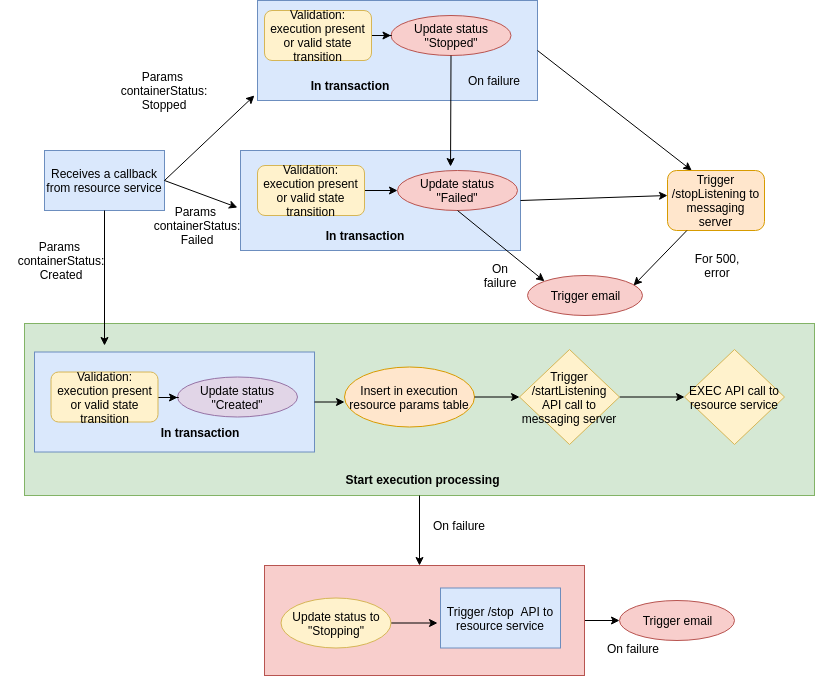
Earlier version of the draw.io export start_from_resource_service.png (prodipta/blueshift-resouce). Source tidied: cells renumbered, new cells last; positions are measured from the earlier drawing's top-left corner, leaving out a move shared by most shapes.
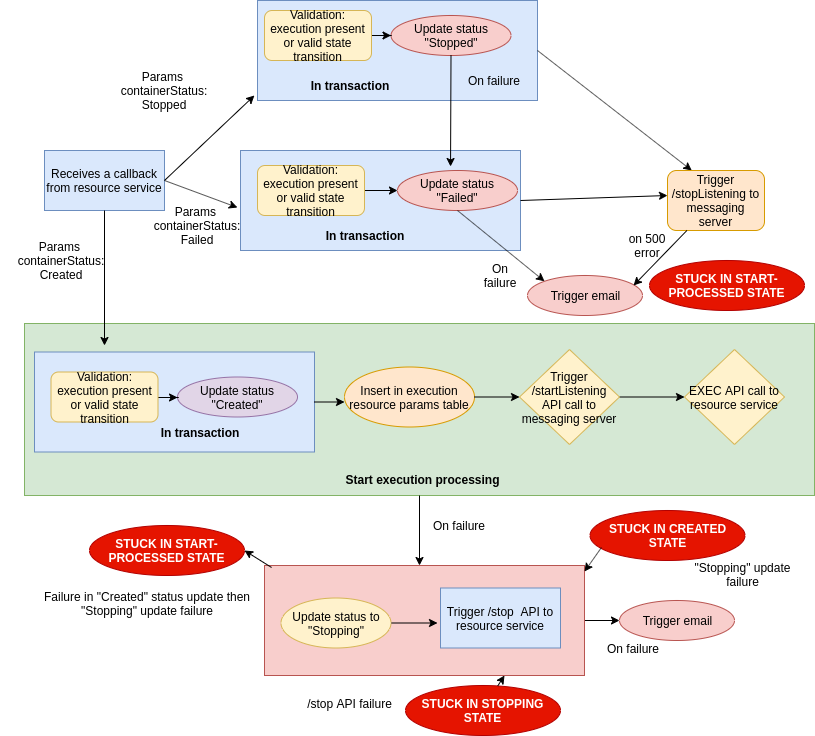
Above is the later version.

The edit, as a diff of the source:
```diff
@@ -100,6 +100,9 @@
     <mxCell id="33" value="Trigger email" style="ellipse;whiteSpace=wrap;html=1;fillColor=#f8cecc;strokeColor=#b85450;" parent="1" vertex="1">
       <mxGeometry x="527" y="275" width="115" height="40" as="geometry" />
     </mxCell>
+    <mxCell id="51" value="STUCK IN START-PROCESSED STATE" style="ellipse;whiteSpace=wrap;html=1;fillColor=#e51400;strokeColor=#B20000;fontStyle=1;fontColor=#ffffff;" parent="1" vertex="1">
+      <mxGeometry x="649" y="260" width="155" height="50" as="geometry" />
+    </mxCell>
     <mxCell id="34" style="endArrow=classic;html=1;exitX=0.5;exitY=1;exitDx=0;exitDy=0;entryX=0.442;entryY=-0.1;entryDx=0;entryDy=0;entryPerimeter=0;" parent="1" edge="1" source="20" target="25">
       <mxGeometry relative="1" as="geometry" />
     </mxCell>
@@ -112,9 +115,6 @@
     <mxCell id="37" style="endArrow=classic;html=1;entryX=0.922;entryY=0.25;entryDx=0;entryDy=0;entryPerimeter=0;" parent="1" edge="1" source="31" target="33">
       <mxGeometry relative="1" as="geometry" />
     </mxCell>
-    <mxCell id="38" value="For 500, error" style="text;html=1;strokeColor=none;fillColor=none;align=center;verticalAlign=middle;whiteSpace=wrap;rounded=0;" parent="1" vertex="1">
-      <mxGeometry x="687" y="255" width="60" height="20" as="geometry" />
-    </mxCell>
     <mxCell id="39" value="Insert in execution resource params table" style="ellipse;whiteSpace=wrap;html=1;fillColor=#ffe6cc;strokeColor=#d79b00;" parent="1" vertex="1">
       <mxGeometry x="344" y="366.5" width="130" height="60" as="geometry" />
     </mxCell>
@@ -159,5 +159,38 @@
     <mxCell id="50" value="Trigger email" style="ellipse;whiteSpace=wrap;html=1;fillColor=#f8cecc;strokeColor=#b85450;" parent="1" vertex="1">
       <mxGeometry x="619" y="600" width="115" height="40" as="geometry" />
     </mxCell>
+    <mxCell id="52" value="on 500 error" style="text;html=1;strokeColor=none;fillColor=none;align=center;verticalAlign=middle;whiteSpace=wrap;rounded=0;" parent="1" vertex="1">
+      <mxGeometry x="627" y="235" width="40" height="20" as="geometry" />
+    </mxCell>
+    <mxCell id="53" value="STUCK IN START-PROCESSED STATE" style="ellipse;whiteSpace=wrap;html=1;fillColor=#e51400;strokeColor=#B20000;fontStyle=1;fontColor=#ffffff;" parent="1" vertex="1">
+      <mxGeometry x="89" y="525" width="155" height="50" as="geometry" />
+    </mxCell>
+    <mxCell id="54" value="STUCK IN STOPPING STATE" style="ellipse;whiteSpace=wrap;html=1;fillColor=#e51400;strokeColor=#B20000;fontStyle=1;fontColor=#ffffff;" parent="1" vertex="1">
+      <mxGeometry x="405" y="685" width="155" height="50" as="geometry" />
+    </mxCell>
+    <mxCell id="55" value="STUCK IN CREATED STATE" style="ellipse;whiteSpace=wrap;html=1;fillColor=#e51400;strokeColor=#B20000;fontStyle=1;fontColor=#ffffff;" parent="1" vertex="1">
+      <mxGeometry x="589.5" y="510" width="155" height="50" as="geometry" />
+    </mxCell>
+    <mxCell id="56" value="Failure in &quot;Created&quot; status update then &quot;Stopping&quot; update failure" style="text;html=1;strokeColor=none;fillColor=none;align=center;verticalAlign=middle;whiteSpace=wrap;rounded=0;" parent="1" vertex="1">
+      <mxGeometry x="37" y="575" width="220" height="55" as="geometry" />
+    </mxCell>
+    <mxCell id="57" style="edgeStyle=orthogonalEdgeStyle;rounded=0;orthogonalLoop=1;jettySize=auto;html=1;exitX=0.5;exitY=1;exitDx=0;exitDy=0;" parent="1" edge="1" source="56" target="56">
+      <mxGeometry relative="1" as="geometry" />
+    </mxCell>
+    <mxCell id="58" value="/stop API failure" style="text;html=1;strokeColor=none;fillColor=none;align=center;verticalAlign=middle;whiteSpace=wrap;rounded=0;" parent="1" vertex="1">
+      <mxGeometry x="284.5" y="685" width="129" height="35" as="geometry" />
+    </mxCell>
+    <mxCell id="59" value="&quot;Stopping&quot; update failure" style="text;html=1;strokeColor=none;fillColor=none;align=center;verticalAlign=middle;whiteSpace=wrap;rounded=0;" parent="1" vertex="1">
+      <mxGeometry x="684" y="572" width="117" height="3" as="geometry" />
+    </mxCell>
+    <mxCell id="60" style="endArrow=classic;html=1;exitX=0.022;exitY=0.018;exitDx=0;exitDy=0;exitPerimeter=0;entryX=1;entryY=0.5;entryDx=0;entryDy=0;" parent="1" edge="1" source="3" target="53">
+      <mxGeometry relative="1" as="geometry" />
+    </mxCell>
+    <mxCell id="61" style="endArrow=classic;html=1;exitX=0.074;exitY=0.74;exitDx=0;exitDy=0;exitPerimeter=0;entryX=1;entryY=0.055;entryDx=0;entryDy=0;entryPerimeter=0;" parent="1" edge="1" source="55" target="3">
+      <mxGeometry relative="1" as="geometry" />
+    </mxCell>
+    <mxCell id="62" style="endArrow=classic;html=1;entryX=0.75;entryY=1;entryDx=0;entryDy=0;" parent="1" edge="1" source="54" target="3">
+      <mxGeometry relative="1" as="geometry" />
+    </mxCell>
   </root>
 </mxGraphModel>
```
